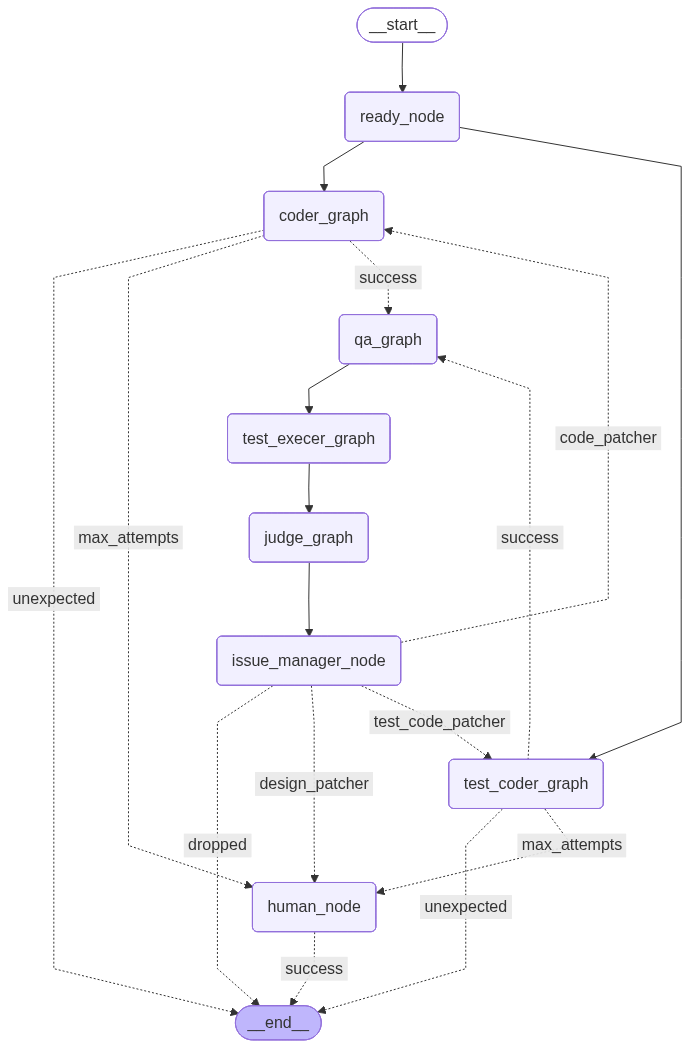
Before: art/workflow.png, a diagram exported from Mermaid (ddongzi/someai). Its source is kept beside it as art/workflow.mmd.
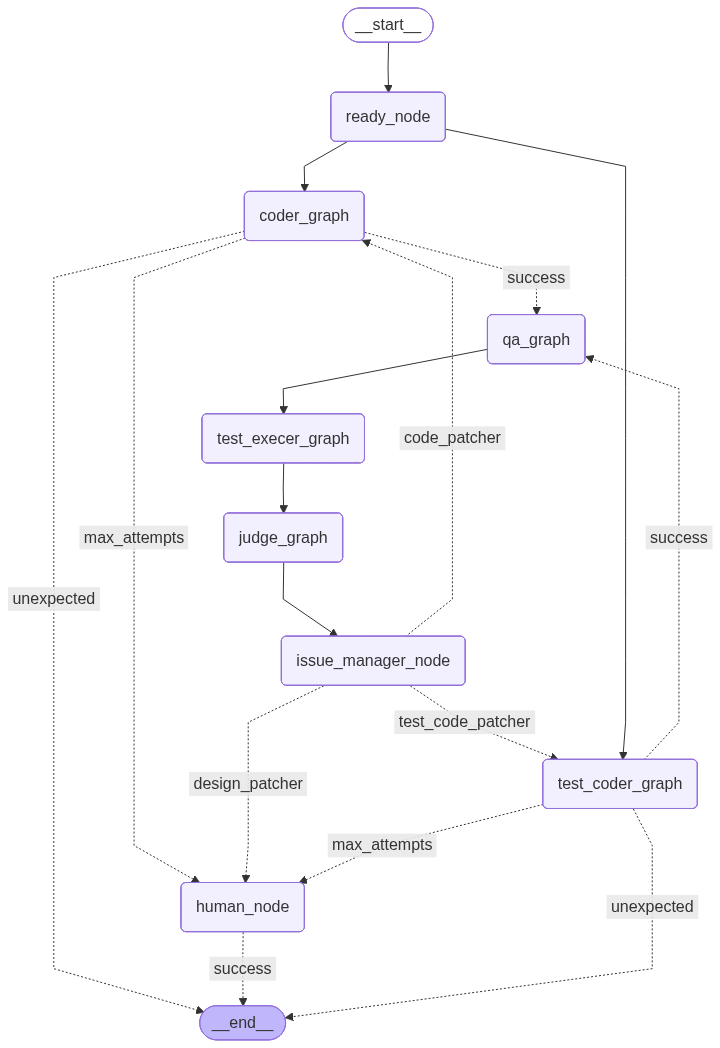
After the change.

The edit, as a diff of the source:
```diff
@@ -19,7 +19,6 @@
 	coder_graph -. &nbsp;max_attempts&nbsp; .-> human_node;
 	coder_graph -. &nbsp;success&nbsp; .-> qa_graph;
 	human_node -. &nbsp;success&nbsp; .-> __end__;
-	issue_manager_node -. &nbsp;dropped&nbsp; .-> __end__;
 	issue_manager_node -. &nbsp;code_patcher&nbsp; .-> coder_graph;
 	issue_manager_node -. &nbsp;design_patcher&nbsp; .-> human_node;
 	issue_manager_node -. &nbsp;test_code_patcher&nbsp; .-> test_coder_graph;
```
